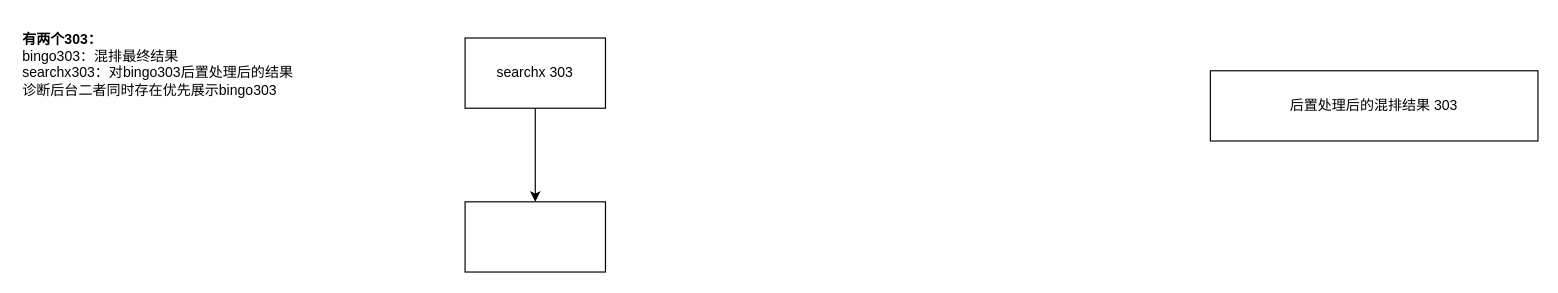
This is 搜索callback.drawio from ETHAN0430/draw.io.repo, a draw.io file, before an edit. Source tidied: cells renumbered, new cells numbered last; positions are measured from the earlier drawing's top-left corner, leaving out a move shared by most shapes. Both pictures are drawn from the tidied source at 117%, with x=0, y=0 at pixel (20, 20).
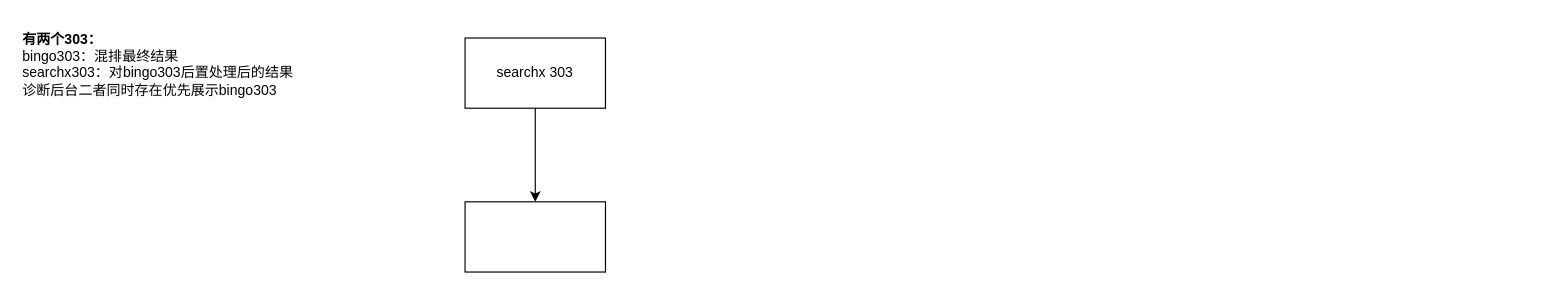
The same page after the edit.

The edit, as a diff of the source:
```diff
@@
 <mxGraphModel>
   <root>
     <mxCell id="0" />
     <mxCell id="1" parent="0" />
-    <mxCell id="2" value="后置处理后的混排结果 303" style="whiteSpace=wrap;html=1;" parent="1" vertex="1">
-      <mxGeometry x="1017" y="43" width="280" height="60" as="geometry" />
-    </mxCell>
     <mxCell id="3" value="&lt;b&gt;有两个303：&lt;/b&gt;&lt;br&gt;bingo303：混排最终结果&lt;br&gt;searchx303：对bingo303后置处理后的结果&lt;br&gt;诊断后台二者同时存在优先展示bingo303&lt;div&gt;&lt;br&gt;&lt;/div&gt;" style="text;html=1;align=left;verticalAlign=middle;strokeColor=none;fillColor=none;" parent="1" vertex="1">
       <mxGeometry width="250" height="90" as="geometry" />
     </mxCell>
     <mxCell id="4" style="edgeStyle=orthogonalEdgeStyle;rounded=0;jettySize=auto;html=1;" parent="1" edge="1" source="5" target="6">
       <mxGeometry relative="1" as="geometry" />
     </mxCell>
     <mxCell id="5" value="searchx 303" style="whiteSpace=wrap;html=1;" parent="1" vertex="1">
       <mxGeometry x="380" y="15" width="120" height="60" as="geometry" />
     </mxCell>
     <mxCell id="6" style="whiteSpace=wrap;html=1;" parent="1" vertex="1">
       <mxGeometry x="380" y="155" width="120" height="60" as="geometry" />
     </mxCell>
   </root>
 </mxGraphModel>
```
